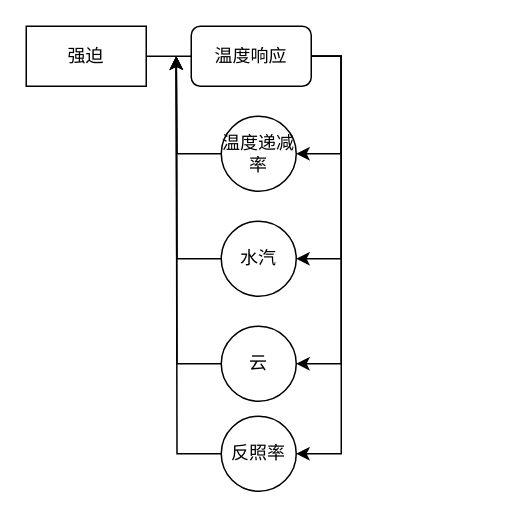
This is schematic_climate_feedback.drawio from qinyia/drawio.output, a draw.io file, before an edit. Source tidied: cells renumbered, new cells numbered last; positions are measured from the earlier drawing's top-left corner, leaving out a move shared by most shapes. Both pictures are drawn from the tidied source at 150%, with x=0, y=0 at pixel (26, 26).
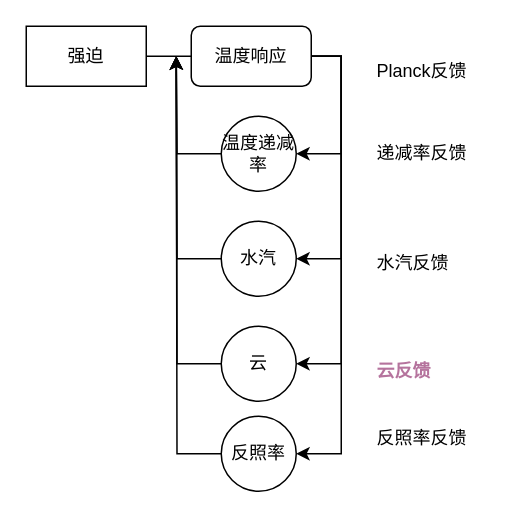
After the change.

Diff of the diagram source:
```diff
@@
+    <mxCell id="17" value="Planck反馈" style="text;html=1;align=left;verticalAlign=top;spacingTop=-4;" parent="1" vertex="1">
+      <mxGeometry x="232" y="20" width="80" height="20" as="geometry" />
+    </mxCell>
+    <mxCell id="18" value="递减率反馈" style="text;html=1;align=left;verticalAlign=top;spacingTop=-4;" parent="1" vertex="1">
+      <mxGeometry x="232" y="75" width="80" height="20" as="geometry" />
+    </mxCell>
+    <mxCell id="19" value="水汽反馈" style="text;html=1;align=left;verticalAlign=top;spacingTop=-4;" parent="1" vertex="1">
+      <mxGeometry x="232" y="147.5" width="60" height="20" as="geometry" />
+    </mxCell>
+    <mxCell id="20" value="&lt;font color=&quot;#b5739d&quot;&gt;&lt;b&gt;云反馈&lt;/b&gt;&lt;/font&gt;" style="text;html=1;align=left;verticalAlign=top;spacingTop=-4;" parent="1" vertex="1">
+      <mxGeometry x="232" y="220" width="50" height="20" as="geometry" />
+    </mxCell>
+    <mxCell id="21" value="反照率反馈" style="text;html=1;align=left;verticalAlign=top;spacingTop=-4;" parent="1" vertex="1">
+      <mxGeometry x="232" y="265" width="80" height="20" as="geometry" />
+    </mxCell>
```
